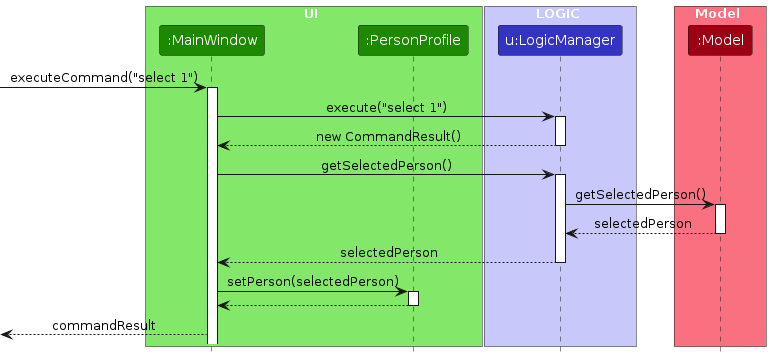
AY2324S2-CS2103T-F13-2/tp keeps this PlantUML diagram as diagrams/SelectSequenceDiagram.png. Above is the earlier version. Its source is kept beside it as diagrams/SelectSequenceDiagram.puml.
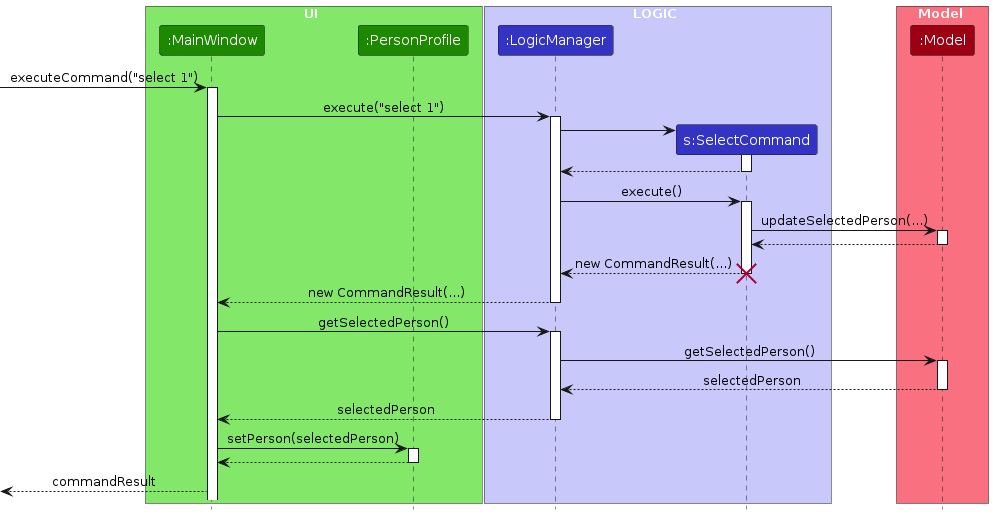
The same diagram one commit later.

Change to the diagram source:
```diff
@@ -8,7 +8,8 @@
 end box
 
 box LOGIC LOGIC_COLOR_T1
-participant "u:LogicManager" as LogicManager LOGIC_COLOR
+participant ":LogicManager" as LogicManager LOGIC_COLOR
+participant "s:SelectCommand" as SelectCommand LOGIC_COLOR
 end box
 
 box Model MODEL_COLOR_T1
@@ -20,7 +21,28 @@
 
 MainWindow -> LogicManager : execute("select 1")
 activate LogicManager
-LogicManager --> MainWindow : new CommandResult()
+
+create SelectCommand
+LogicManager -> SelectCommand
+activate SelectCommand
+SelectCommand --> LogicManager
+deactivate
+
+LogicManager -> SelectCommand : execute()
+activate SelectCommand
+
+SelectCommand -> Model : updateSelectedPerson(...)
+activate Model
+
+Model --> SelectCommand
+deactivate
+
+SelectCommand --> LogicManager : new CommandResult(...)
+deactivate
+
+destroy SelectCommand
+
+LogicManager --> MainWindow : new CommandResult(...)
 deactivate LogicManager
 
 MainWindow -> LogicManager : getSelectedPerson()
```
